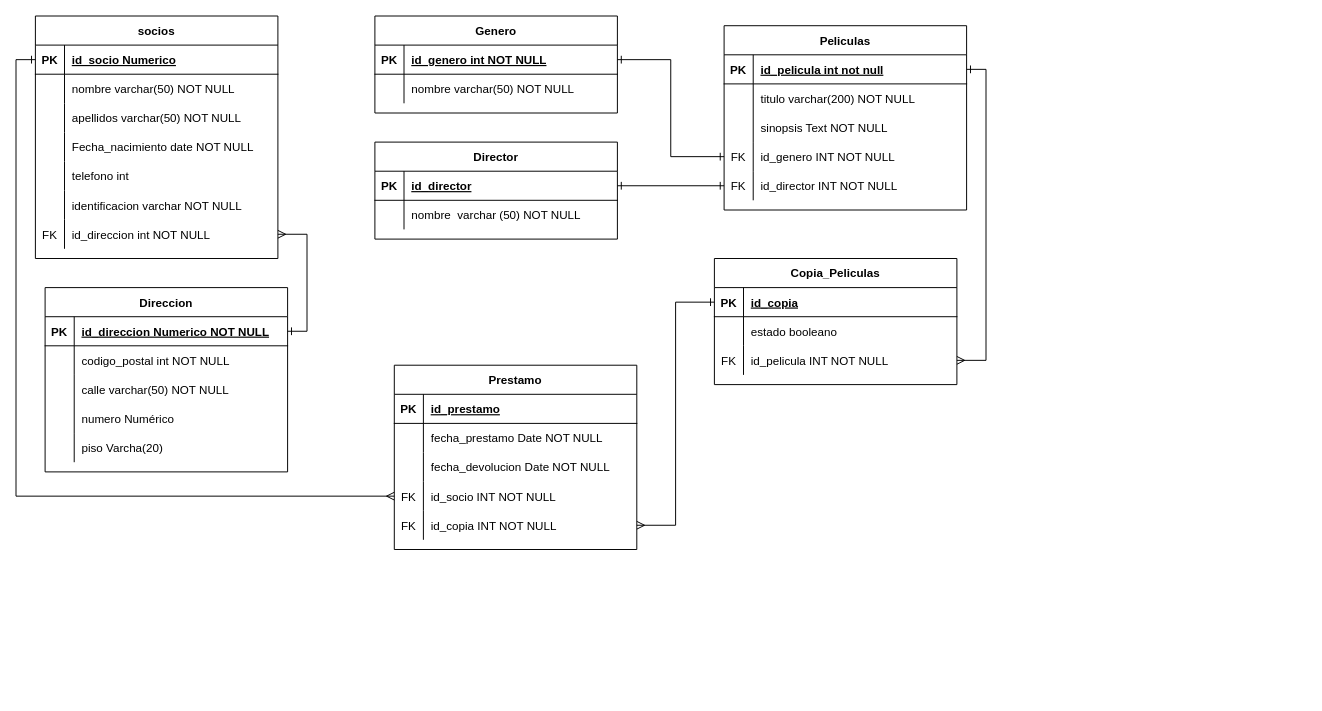
Above: Practica_videoclub.drawio in joseMigueel/practica_SQL (draw.io), before the change. Source tidied: cells renumbered, new cells numbered last; positions are measured from the earlier drawing's top-left corner, leaving out a move shared by most shapes. Both pictures are drawn from the tidied source at 97%, with x=0, y=0 at pixel (35, 16).
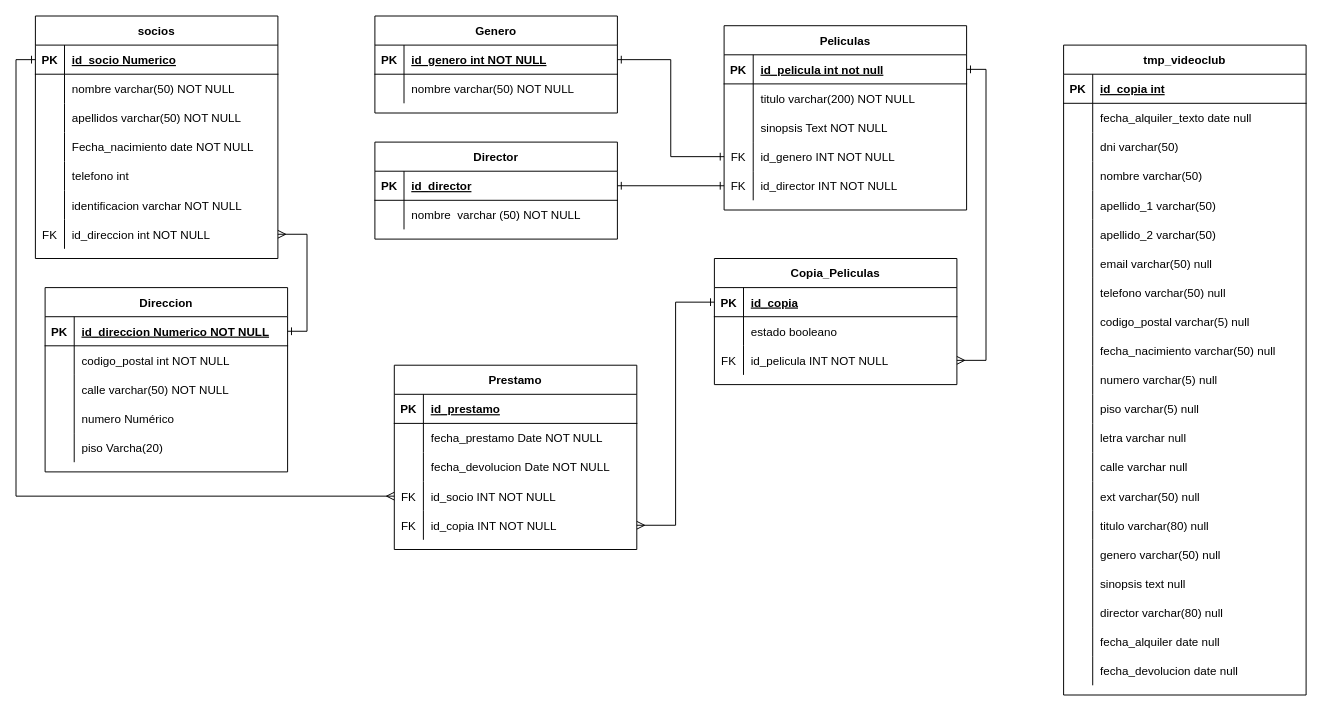
Above is the later version.

The edit, as a diff of the source:
```diff
@@
+    <mxCell id="102" value="tmp_videoclub" style="shape=table;startSize=30;childLayout=tableLayout;rowLines=0;fontStyle=1;align=center;" parent="1" vertex="1">
+      <mxGeometry x="1060" y="30" width="250" height="670" as="geometry" />
+    </mxCell>
+    <mxCell id="103" style="shape=partialRectangle;fillColor=none;top=0;left=0;right=0;bottom=1;" parent="102" vertex="1">
+      <mxGeometry y="30" width="250" height="30" as="geometry" />
+    </mxCell>
+    <mxCell id="104" value="PK" style="shape=partialRectangle;overflow=hidden;fillColor=none;top=0;left=0;bottom=0;right=0;fontStyle=1;" parent="103" vertex="1">
+      <mxGeometry width="30" height="30" as="geometry" />
+    </mxCell>
+    <mxCell id="105" value="id_copia int" style="shape=partialRectangle;overflow=hidden;fillColor=none;top=0;left=0;bottom=0;right=0;align=left;spacingLeft=6;fontStyle=5;" parent="103" vertex="1">
+      <mxGeometry x="30" width="220" height="30" as="geometry" />
+    </mxCell>
+    <mxCell id="106" style="shape=partialRectangle;fillColor=none;top=0;left=0;right=0;bottom=0;" parent="102" vertex="1">
+      <mxGeometry y="60" width="250" height="30" as="geometry" />
+    </mxCell>
+    <mxCell id="107" style="shape=partialRectangle;overflow=hidden;fillColor=none;top=0;left=0;bottom=0;right=0;" parent="106" vertex="1">
+      <mxGeometry width="30" height="30" as="geometry" />
+    </mxCell>
+    <mxCell id="108" value="fecha_alquiler_texto date null" style="shape=partialRectangle;overflow=hidden;fillColor=none;top=0;left=0;bottom=0;right=0;align=left;spacingLeft=6;" parent="106" vertex="1">
+      <mxGeometry x="30" width="220" height="30" as="geometry" />
+    </mxCell>
+    <mxCell id="109" style="shape=partialRectangle;fillColor=none;top=0;left=0;right=0;bottom=0;" parent="102" vertex="1">
+      <mxGeometry y="90" width="250" height="30" as="geometry" />
+    </mxCell>
+    <mxCell id="110" style="shape=partialRectangle;overflow=hidden;fillColor=none;top=0;left=0;bottom=0;right=0;" parent="109" vertex="1">
+      <mxGeometry width="30" height="30" as="geometry" />
+    </mxCell>
+    <mxCell id="111" value="dni varchar(50)" style="shape=partialRectangle;overflow=hidden;fillColor=none;top=0;left=0;bottom=0;right=0;align=left;spacingLeft=6;" parent="109" vertex="1">
+      <mxGeometry x="30" width="220" height="30" as="geometry" />
+    </mxCell>
+    <mxCell id="112" style="shape=partialRectangle;fillColor=none;top=0;left=0;right=0;bottom=0;" parent="102" vertex="1">
+      <mxGeometry y="120" width="250" height="30" as="geometry" />
+    </mxCell>
+    <mxCell id="113" style="shape=partialRectangle;overflow=hidden;fillColor=none;top=0;left=0;bottom=0;right=0;" parent="112" vertex="1">
+      <mxGeometry width="30" height="30" as="geometry" />
+    </mxCell>
+    <mxCell id="114" value="nombre varchar(50)" style="shape=partialRectangle;overflow=hidden;fillColor=none;top=0;left=0;bottom=0;right=0;align=left;spacingLeft=6;" parent="112" vertex="1">
+      <mxGeometry x="30" width="220" height="30" as="geometry" />
+    </mxCell>
+    <mxCell id="115" style="shape=partialRectangle;fillColor=none;top=0;left=0;right=0;bottom=0;" parent="102" vertex="1">
+      <mxGeometry y="150" width="250" height="30" as="geometry" />
+    </mxCell>
+    <mxCell id="116" style="shape=partialRectangle;overflow=hidden;fillColor=none;top=0;left=0;bottom=0;right=0;" parent="115" vertex="1">
+      <mxGeometry width="30" height="30" as="geometry" />
+    </mxCell>
+    <mxCell id="117" value="apellido_1 varchar(50)" style="shape=partialRectangle;overflow=hidden;fillColor=none;top=0;left=0;bottom=0;right=0;align=left;spacingLeft=6;" parent="115" vertex="1">
+      <mxGeometry x="30" width="220" height="30" as="geometry" />
+    </mxCell>
+    <mxCell id="118" style="shape=partialRectangle;fillColor=none;top=0;left=0;right=0;bottom=0;" parent="102" vertex="1">
+      <mxGeometry y="180" width="250" height="30" as="geometry" />
+    </mxCell>
+    <mxCell id="119" style="shape=partialRectangle;overflow=hidden;fillColor=none;top=0;left=0;bottom=0;right=0;" parent="118" vertex="1">
+      <mxGeometry width="30" height="30" as="geometry" />
+    </mxCell>
+    <mxCell id="120" value="apellido_2 varchar(50)" style="shape=partialRectangle;overflow=hidden;fillColor=none;top=0;left=0;bottom=0;right=0;align=left;spacingLeft=6;" parent="118" vertex="1">
+      <mxGeometry x="30" width="220" height="30" as="geometry" />
+    </mxCell>
+    <mxCell id="121" style="shape=partialRectangle;fillColor=none;top=0;left=0;right=0;bottom=0;" parent="102" vertex="1">
+      <mxGeometry y="210" width="250" height="30" as="geometry" />
+    </mxCell>
+    <mxCell id="122" style="shape=partialRectangle;overflow=hidden;fillColor=none;top=0;left=0;bottom=0;right=0;" parent="121" vertex="1">
+      <mxGeometry width="30" height="30" as="geometry" />
+    </mxCell>
+    <mxCell id="123" value="email varchar(50) null" style="shape=partialRectangle;overflow=hidden;fillColor=none;top=0;left=0;bottom=0;right=0;align=left;spacingLeft=6;" parent="121" vertex="1">
+      <mxGeometry x="30" width="220" height="30" as="geometry" />
+    </mxCell>
+    <mxCell id="124" style="shape=partialRectangle;fillColor=none;top=0;left=0;right=0;bottom=0;" parent="102" vertex="1">
+      <mxGeometry y="240" width="250" height="30" as="geometry" />
+    </mxCell>
+    <mxCell id="125" style="shape=partialRectangle;overflow=hidden;fillColor=none;top=0;left=0;bottom=0;right=0;" parent="124" vertex="1">
+      <mxGeometry width="30" height="30" as="geometry" />
+    </mxCell>
+    <mxCell id="126" value="telefono varchar(50) null" style="shape=partialRectangle;overflow=hidden;fillColor=none;top=0;left=0;bottom=0;right=0;align=left;spacingLeft=6;" parent="124" vertex="1">
+      <mxGeometry x="30" width="220" height="30" as="geometry" />
+    </mxCell>
+    <mxCell id="127" style="shape=partialRectangle;fillColor=none;top=0;left=0;right=0;bottom=0;" parent="102" vertex="1">
+      <mxGeometry y="270" width="250" height="30" as="geometry" />
+    </mxCell>
+    <mxCell id="128" style="shape=partialRectangle;overflow=hidden;fillColor=none;top=0;left=0;bottom=0;right=0;" parent="127" vertex="1">
+      <mxGeometry width="30" height="30" as="geometry" />
+    </mxCell>
+    <mxCell id="129" value="codigo_postal varchar(5) null" style="shape=partialRectangle;overflow=hidden;fillColor=none;top=0;left=0;bottom=0;right=0;align=left;spacingLeft=6;" parent="127" vertex="1">
+      <mxGeometry x="30" width="220" height="30" as="geometry" />
+    </mxCell>
+    <mxCell id="130" style="shape=partialRectangle;fillColor=none;top=0;left=0;right=0;bottom=0;" parent="102" vertex="1">
+      <mxGeometry y="300" width="250" height="30" as="geometry" />
+    </mxCell>
+    <mxCell id="131" style="shape=partialRectangle;overflow=hidden;fillColor=none;top=0;left=0;bottom=0;right=0;" parent="130" vertex="1">
+      <mxGeometry width="30" height="30" as="geometry" />
+    </mxCell>
+    <mxCell id="132" value="fecha_nacimiento varchar(50) null" style="shape=partialRectangle;overflow=hidden;fillColor=none;top=0;left=0;bottom=0;right=0;align=left;spacingLeft=6;" parent="130" vertex="1">
+      <mxGeometry x="30" width="220" height="30" as="geometry" />
+    </mxCell>
+    <mxCell id="133" style="shape=partialRectangle;fillColor=none;top=0;left=0;right=0;bottom=0;" parent="102" vertex="1">
+      <mxGeometry y="330" width="250" height="30" as="geometry" />
+    </mxCell>
+    <mxCell id="134" style="shape=partialRectangle;overflow=hidden;fillColor=none;top=0;left=0;bottom=0;right=0;" parent="133" vertex="1">
+      <mxGeometry width="30" height="30" as="geometry" />
+    </mxCell>
+    <mxCell id="135" value="numero varchar(5) null" style="shape=partialRectangle;overflow=hidden;fillColor=none;top=0;left=0;bottom=0;right=0;align=left;spacingLeft=6;" parent="133" vertex="1">
+      <mxGeometry x="30" width="220" height="30" as="geometry" />
+    </mxCell>
+    <mxCell id="136" style="shape=partialRectangle;fillColor=none;top=0;left=0;right=0;bottom=0;" parent="102" vertex="1">
+      <mxGeometry y="360" width="250" height="30" as="geometry" />
+    </mxCell>
+    <mxCell id="137" style="shape=partialRectangle;overflow=hidden;fillColor=none;top=0;left=0;bottom=0;right=0;" parent="136" vertex="1">
+      <mxGeometry width="30" height="30" as="geometry" />
+    </mxCell>
+    <mxCell id="138" value="piso varchar(5) null" style="shape=partialRectangle;overflow=hidden;fillColor=none;top=0;left=0;bottom=0;right=0;align=left;spacingLeft=6;" parent="136" vertex="1">
+      <mxGeometry x="30" width="220" height="30" as="geometry" />
+    </mxCell>
+    <mxCell id="139" style="shape=partialRectangle;fillColor=none;top=0;left=0;right=0;bottom=0;" parent="102" vertex="1">
+      <mxGeometry y="390" width="250" height="30" as="geometry" />
+    </mxCell>
+    <mxCell id="140" style="shape=partialRectangle;overflow=hidden;fillColor=none;top=0;left=0;bottom=0;right=0;" parent="139" vertex="1">
+      <mxGeometry width="30" height="30" as="geometry" />
+    </mxCell>
+    <mxCell id="141" value="letra varchar null" style="shape=partialRectangle;overflow=hidden;fillColor=none;top=0;left=0;bottom=0;right=0;align=left;spacingLeft=6;" parent="139" vertex="1">
+      <mxGeometry x="30" width="220" height="30" as="geometry" />
+    </mxCell>
+    <mxCell id="142" style="shape=partialRectangle;fillColor=none;top=0;left=0;right=0;bottom=0;" parent="102" vertex="1">
+      <mxGeometry y="420" width="250" height="30" as="geometry" />
+    </mxCell>
+    <mxCell id="143" style="shape=partialRectangle;overflow=hidden;fillColor=none;top=0;left=0;bottom=0;right=0;" parent="142" vertex="1">
+      <mxGeometry width="30" height="30" as="geometry" />
+    </mxCell>
+    <mxCell id="144" value="calle varchar null" style="shape=partialRectangle;overflow=hidden;fillColor=none;top=0;left=0;bottom=0;right=0;align=left;spacingLeft=6;" parent="142" vertex="1">
+      <mxGeometry x="30" width="220" height="30" as="geometry" />
+    </mxCell>
+    <mxCell id="145" style="shape=partialRectangle;fillColor=none;top=0;left=0;right=0;bottom=0;" parent="102" vertex="1">
+      <mxGeometry y="450" width="250" height="30" as="geometry" />
+    </mxCell>
+    <mxCell id="146" style="shape=partialRectangle;overflow=hidden;fillColor=none;top=0;left=0;bottom=0;right=0;" parent="145" vertex="1">
+      <mxGeometry width="30" height="30" as="geometry" />
+    </mxCell>
+    <mxCell id="147" value="ext varchar(50) null" style="shape=partialRectangle;overflow=hidden;fillColor=none;top=0;left=0;bottom=0;right=0;align=left;spacingLeft=6;" parent="145" vertex="1">
+      <mxGeometry x="30" width="220" height="30" as="geometry" />
+    </mxCell>
+    <mxCell id="148" style="shape=partialRectangle;fillColor=none;top=0;left=0;right=0;bottom=0;" parent="102" vertex="1">
+      <mxGeometry y="480" width="250" height="30" as="geometry" />
+    </mxCell>
+    <mxCell id="149" style="shape=partialRectangle;overflow=hidden;fillColor=none;top=0;left=0;bottom=0;right=0;" parent="148" vertex="1">
+      <mxGeometry width="30" height="30" as="geometry" />
+    </mxCell>
+    <mxCell id="150" value="titulo varchar(80) null" style="shape=partialRectangle;overflow=hidden;fillColor=none;top=0;left=0;bottom=0;right=0;align=left;spacingLeft=6;" parent="148" vertex="1">
+      <mxGeometry x="30" width="220" height="30" as="geometry" />
+    </mxCell>
+    <mxCell id="151" style="shape=partialRectangle;fillColor=none;top=0;left=0;right=0;bottom=0;" parent="102" vertex="1">
+      <mxGeometry y="510" width="250" height="30" as="geometry" />
+    </mxCell>
+    <mxCell id="152" style="shape=partialRectangle;overflow=hidden;fillColor=none;top=0;left=0;bottom=0;right=0;" parent="151" vertex="1">
+      <mxGeometry width="30" height="30" as="geometry" />
+    </mxCell>
+    <mxCell id="153" value="genero varchar(50) null" style="shape=partialRectangle;overflow=hidden;fillColor=none;top=0;left=0;bottom=0;right=0;align=left;spacingLeft=6;" parent="151" vertex="1">
+      <mxGeometry x="30" width="220" height="30" as="geometry" />
+    </mxCell>
+    <mxCell id="154" style="shape=partialRectangle;fillColor=none;top=0;left=0;right=0;bottom=0;" parent="102" vertex="1">
+      <mxGeometry y="540" width="250" height="30" as="geometry" />
+    </mxCell>
+    <mxCell id="155" style="shape=partialRectangle;overflow=hidden;fillColor=none;top=0;left=0;bottom=0;right=0;" parent="154" vertex="1">
+      <mxGeometry width="30" height="30" as="geometry" />
+    </mxCell>
+    <mxCell id="156" value="sinopsis text null" style="shape=partialRectangle;overflow=hidden;fillColor=none;top=0;left=0;bottom=0;right=0;align=left;spacingLeft=6;" parent="154" vertex="1">
+      <mxGeometry x="30" width="220" height="30" as="geometry" />
+    </mxCell>
+    <mxCell id="157" style="shape=partialRectangle;fillColor=none;top=0;left=0;right=0;bottom=0;" parent="102" vertex="1">
+      <mxGeometry y="570" width="250" height="30" as="geometry" />
+    </mxCell>
+    <mxCell id="158" style="shape=partialRectangle;overflow=hidden;fillColor=none;top=0;left=0;bottom=0;right=0;" parent="157" vertex="1">
+      <mxGeometry width="30" height="30" as="geometry" />
+    </mxCell>
+    <mxCell id="159" value="director varchar(80) null" style="shape=partialRectangle;overflow=hidden;fillColor=none;top=0;left=0;bottom=0;right=0;align=left;spacingLeft=6;" parent="157" vertex="1">
+      <mxGeometry x="30" width="220" height="30" as="geometry" />
+    </mxCell>
+    <mxCell id="160" style="shape=partialRectangle;fillColor=none;top=0;left=0;right=0;bottom=0;" parent="102" vertex="1">
+      <mxGeometry y="600" width="250" height="30" as="geometry" />
+    </mxCell>
+    <mxCell id="161" style="shape=partialRectangle;overflow=hidden;fillColor=none;top=0;left=0;bottom=0;right=0;" parent="160" vertex="1">
+      <mxGeometry width="30" height="30" as="geometry" />
+    </mxCell>
+    <mxCell id="162" value="fecha_alquiler date null" style="shape=partialRectangle;overflow=hidden;fillColor=none;top=0;left=0;bottom=0;right=0;align=left;spacingLeft=6;" parent="160" vertex="1">
+      <mxGeometry x="30" width="220" height="30" as="geometry" />
+    </mxCell>
+    <mxCell id="163" style="shape=partialRectangle;fillColor=none;top=0;left=0;right=0;bottom=0;" parent="102" vertex="1">
+      <mxGeometry y="630" width="250" height="30" as="geometry" />
+    </mxCell>
+    <mxCell id="164" style="shape=partialRectangle;overflow=hidden;fillColor=none;top=0;left=0;bottom=0;right=0;" parent="163" vertex="1">
+      <mxGeometry width="30" height="30" as="geometry" />
+    </mxCell>
+    <mxCell id="165" value="fecha_devolucion date null" style="shape=partialRectangle;overflow=hidden;fillColor=none;top=0;left=0;bottom=0;right=0;align=left;spacingLeft=6;" parent="163" vertex="1">
+      <mxGeometry x="30" width="220" height="30" as="geometry" />
+    </mxCell>
```
